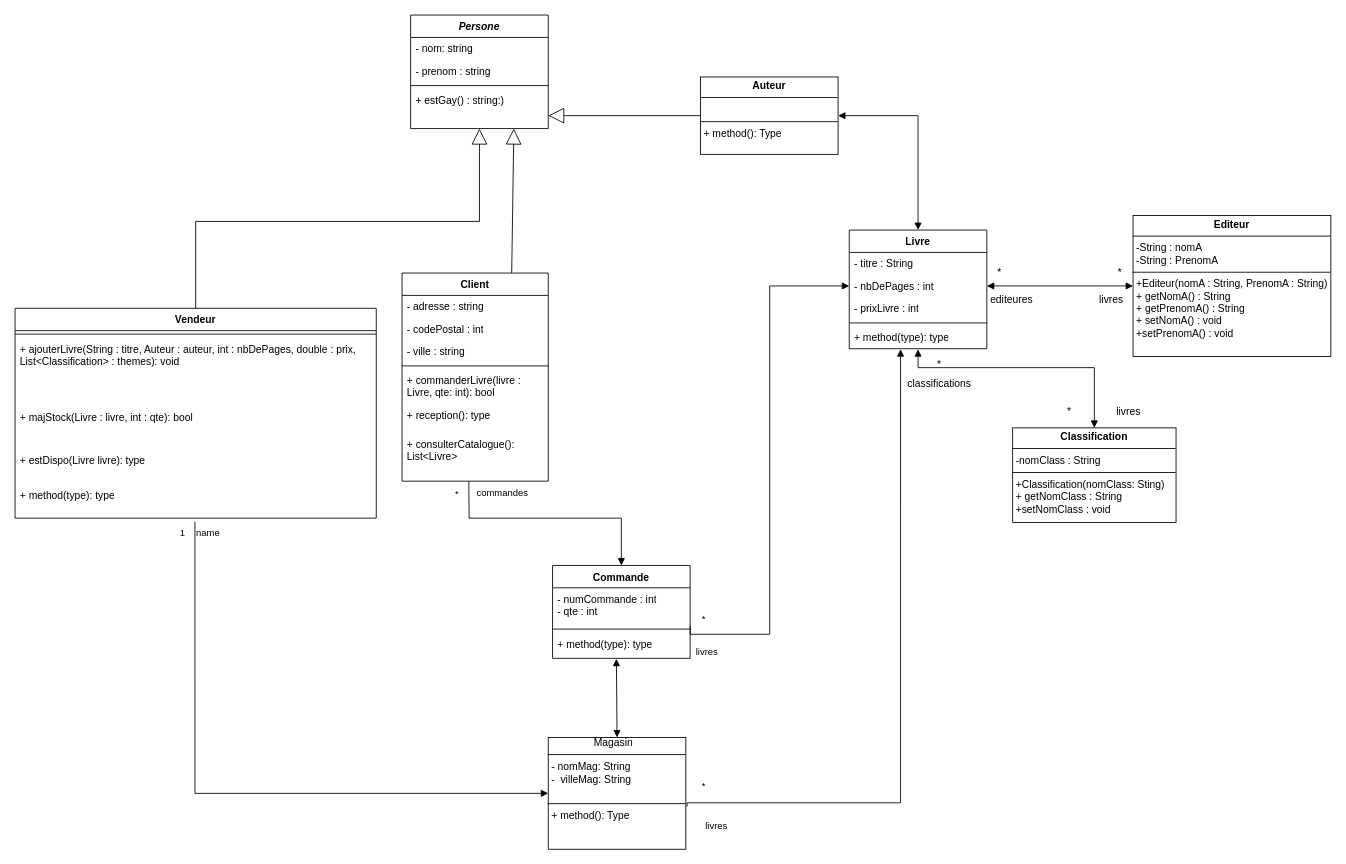
The draw.io diagram diagrammedeclasse.drawio in NolhanDolou/SAE_JAVA, before the edit. Source tidied: cells renumbered, new cells numbered last; positions are measured from the earlier drawing's top-left corner, leaving out a move shared by most shapes. Both pictures are drawn from the tidied source at 86%, with x=0, y=0 at pixel (15, 15).
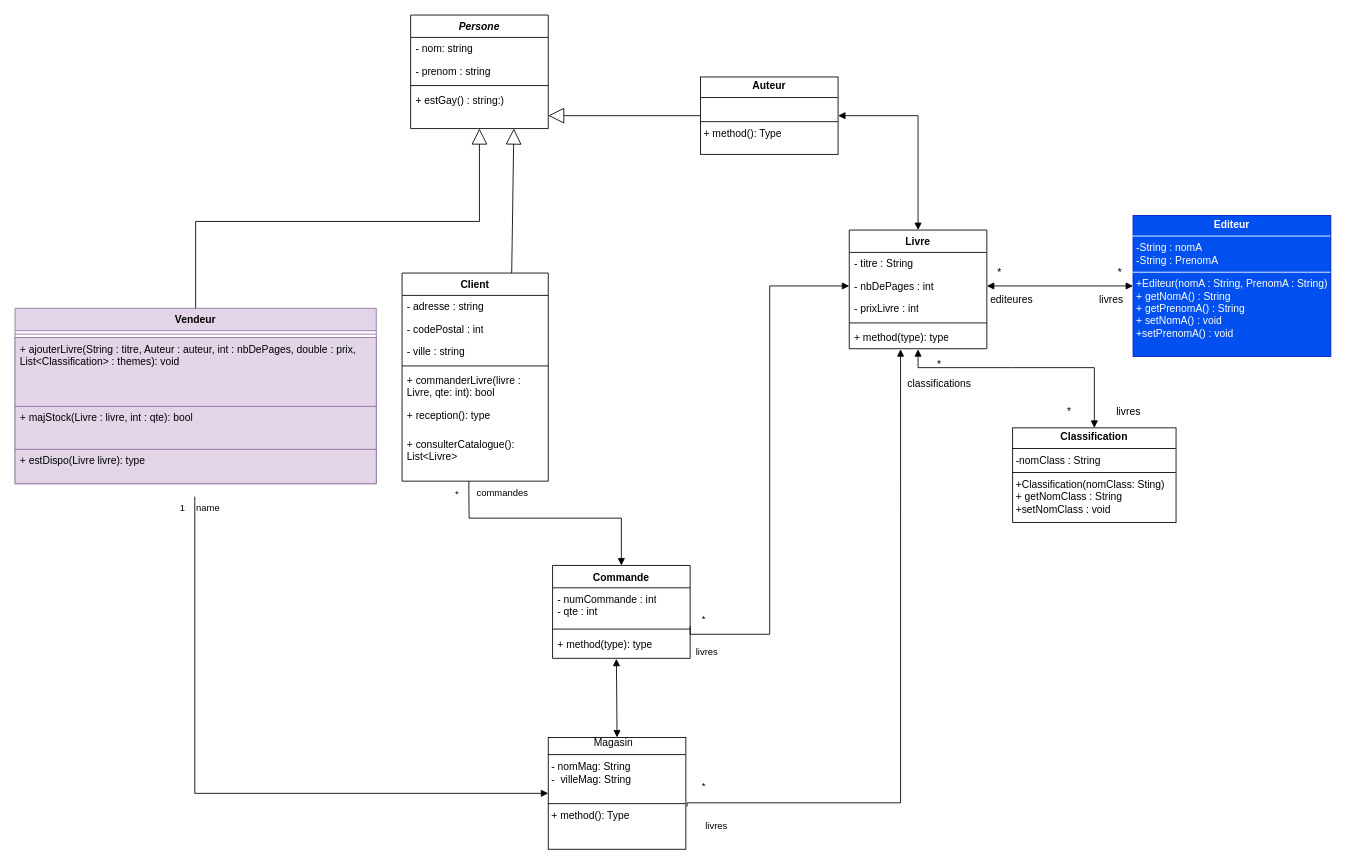
After the change.

Commit message:
Mettre à jour diagrammedeclasse.drawio

Unchanged cells that the change refers to:
```xml
<mxCell id="33" value="&lt;div&gt;&lt;span style=&quot;white-space: pre;&quot;&gt;&#9;&lt;/span&gt;&lt;span style=&quot;white-space: pre;&quot;&gt;&#9;&lt;/span&gt;Magasin&lt;/div&gt;&lt;hr size=&quot;1&quot; style=&quot;border-style:solid;&quot;&gt;&lt;p style=&quot;margin:0px;margin-left:4px;&quot;&gt;- nomMag: String&lt;/p&gt;&lt;p style=&quot;margin:0px;margin-left:4px;&quot;&gt;-&amp;nbsp; villeMag: String&lt;/p&gt;&lt;p style=&quot;margin:0px;margin-left:4px;&quot;&gt;&lt;br&gt;&lt;/p&gt;&lt;hr size=&quot;1&quot; style=&quot;border-style:solid;&quot;&gt;&lt;p style=&quot;margin:0px;margin-left:4px;&quot;&gt;+ method(): Type&lt;/p&gt;" style="verticalAlign=top;align=left;overflow=fill;html=1;whiteSpace=wrap;" parent="1" vertex="1">
  <mxGeometry x="620" y="840" width="160" height="130" as="geometry" />
</mxCell>
```

What changed in the source:
```diff
@@
-    <mxCell id="15" value="Vendeur" style="swimlane;fontStyle=1;align=center;verticalAlign=top;horizontal=1;startSize=26;whiteSpace=wrap;html=1;" parent="1" vertex="1">
-      <mxGeometry y="341" width="420" height="244" as="geometry" />
+    <mxCell id="15" value="Vendeur" style="swimlane;fontStyle=1;align=center;verticalAlign=top;horizontal=1;startSize=26;whiteSpace=wrap;html=1;fillColor=#e1d5e7;strokeColor=#9673a6;" parent="1" vertex="1">
+      <mxGeometry y="341" width="420" height="204" as="geometry" />
     </mxCell>
@@
-    <mxCell id="17" value="+ ajouterLivre(String : titre, Auteur : auteur, int : nbDePages, double : prix, List&amp;lt;Classification&amp;gt; : themes): void" style="text;strokeColor=none;fillColor=none;align=left;verticalAlign=top;spacingLeft=4;spacingRight=4;overflow=hidden;whiteSpace=wrap;html=1;" parent="15" vertex="1">
+    <mxCell id="17" value="+ ajouterLivre(String : titre, Auteur : auteur, int : nbDePages, double : prix, List&amp;lt;Classification&amp;gt; : themes): void" style="text;strokeColor=#9673a6;fillColor=#e1d5e7;align=left;verticalAlign=top;spacingLeft=4;spacingRight=4;overflow=hidden;whiteSpace=wrap;html=1;" parent="15" vertex="1">
       <mxGeometry y="34" width="420" height="80" as="geometry" />
     </mxCell>
-    <mxCell id="18" value="+ majStock(Livre : livre, int : qte): bool" style="text;strokeColor=none;fillColor=none;align=left;verticalAlign=top;spacingLeft=4;spacingRight=4;overflow=hidden;whiteSpace=wrap;html=1;" parent="15" vertex="1">
+    <mxCell id="18" value="+ majStock(Livre : livre, int : qte): bool" style="text;strokeColor=#9673a6;fillColor=#e1d5e7;align=left;verticalAlign=top;spacingLeft=4;spacingRight=4;overflow=hidden;whiteSpace=wrap;html=1;" parent="15" vertex="1">
       <mxGeometry y="114" width="420" height="50" as="geometry" />
     </mxCell>
-    <mxCell id="19" value="+ estDispo(Livre livre): type" style="text;strokeColor=none;fillColor=none;align=left;verticalAlign=top;spacingLeft=4;spacingRight=4;overflow=hidden;whiteSpace=wrap;html=1;" parent="15" vertex="1">
+    <mxCell id="19" value="+ estDispo(Livre livre): type" style="text;strokeColor=#9673a6;fillColor=#e1d5e7;align=left;verticalAlign=top;spacingLeft=4;spacingRight=4;overflow=hidden;whiteSpace=wrap;html=1;" parent="15" vertex="1">
       <mxGeometry y="164" width="420" height="40" as="geometry" />
     </mxCell>
-    <mxCell id="20" value="+ method(type): type" style="text;strokeColor=none;fillColor=none;align=left;verticalAlign=top;spacingLeft=4;spacingRight=4;overflow=hidden;points=[[0,0.5],[1,0.5]];portConstraint=eastwest;whiteSpace=wrap;html=1;" parent="15" vertex="1">
-      <mxGeometry y="204" width="420" height="40" as="geometry" />
-    </mxCell>
@@
-    <mxCell id="36" value="&lt;p style=&quot;margin:0px;margin-top:4px;text-align:center;&quot;&gt;&lt;b&gt;Editeur&lt;/b&gt;&lt;/p&gt;&lt;hr size=&quot;1&quot; style=&quot;border-style:solid;&quot;&gt;&lt;p style=&quot;margin:0px;margin-left:4px;&quot;&gt;-String : nomA&lt;/p&gt;&lt;p style=&quot;margin:0px;margin-left:4px;&quot;&gt;-String : PrenomA&lt;/p&gt;&lt;hr size=&quot;1&quot; style=&quot;border-style:solid;&quot;&gt;&lt;p style=&quot;margin:0px;margin-left:4px;&quot;&gt;+Editeur(nomA : String, PrenomA : String)&lt;/p&gt;&lt;p style=&quot;margin:0px;margin-left:4px;&quot;&gt;+ getNomA() : String&lt;/p&gt;&lt;p style=&quot;margin:0px;margin-left:4px;&quot;&gt;+ getPrenomA() : String&lt;/p&gt;&lt;p style=&quot;margin:0px;margin-left:4px;&quot;&gt;+ setNomA() : void&lt;/p&gt;&lt;p style=&quot;margin:0px;margin-left:4px;&quot;&gt;+setPrenomA() : void&lt;/p&gt;&lt;p style=&quot;margin:0px;margin-left:4px;&quot;&gt;&lt;br&gt;&lt;/p&gt;" style="verticalAlign=top;align=left;overflow=fill;html=1;whiteSpace=wrap;" parent="1" vertex="1">
+    <mxCell id="36" value="&lt;p style=&quot;margin:0px;margin-top:4px;text-align:center;&quot;&gt;&lt;b&gt;Editeur&lt;/b&gt;&lt;/p&gt;&lt;hr size=&quot;1&quot; style=&quot;border-style:solid;&quot;&gt;&lt;p style=&quot;margin:0px;margin-left:4px;&quot;&gt;-String : nomA&lt;/p&gt;&lt;p style=&quot;margin:0px;margin-left:4px;&quot;&gt;-String : PrenomA&lt;/p&gt;&lt;hr size=&quot;1&quot; style=&quot;border-style:solid;&quot;&gt;&lt;p style=&quot;margin:0px;margin-left:4px;&quot;&gt;+Editeur(nomA : String, PrenomA : String)&lt;/p&gt;&lt;p style=&quot;margin:0px;margin-left:4px;&quot;&gt;+ getNomA() : String&lt;/p&gt;&lt;p style=&quot;margin:0px;margin-left:4px;&quot;&gt;+ getPrenomA() : String&lt;/p&gt;&lt;p style=&quot;margin:0px;margin-left:4px;&quot;&gt;+ setNomA() : void&lt;/p&gt;&lt;p style=&quot;margin:0px;margin-left:4px;&quot;&gt;+setPrenomA() : void&lt;/p&gt;&lt;p style=&quot;margin:0px;margin-left:4px;&quot;&gt;&lt;br&gt;&lt;/p&gt;" style="verticalAlign=top;align=left;overflow=fill;html=1;whiteSpace=wrap;fillColor=#0050ef;fontColor=#ffffff;strokeColor=#001DBC;" parent="1" vertex="1">
       <mxGeometry x="1300" y="233" width="230" height="164" as="geometry" />
     </mxCell>
@@
-    <mxCell id="45" value="name" style="endArrow=block;endFill=1;html=1;edgeStyle=orthogonalEdgeStyle;align=left;verticalAlign=top;rounded=0;exitX=0.498;exitY=1.102;exitDx=0;exitDy=0;exitPerimeter=0;entryX=0;entryY=0.5;entryDx=0;entryDy=0;" parent="1" edge="1" source="20" target="33">
+    <mxCell id="45" value="name" style="endArrow=block;endFill=1;html=1;edgeStyle=orthogonalEdgeStyle;align=left;verticalAlign=top;rounded=0;entryX=0;entryY=0.5;entryDx=0;entryDy=0;" parent="1" edge="1" target="33">
       <mxGeometry x="-1" relative="1" as="geometry">
+        <mxPoint x="209" y="560" as="sourcePoint" />
         <Array as="points">
           <mxPoint x="209" y="905" />
         </Array>
       </mxGeometry>
     </mxCell>
```
